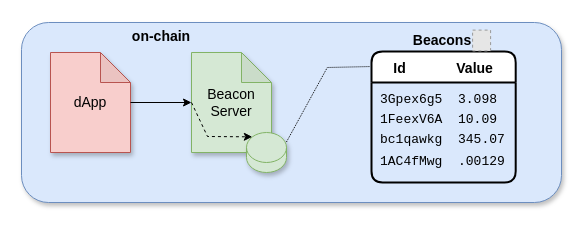
Before: docs/beacon/v0.1/assets/diagrams/dapp-beacon.drawio in api3dao/old-api3-docs, a draw.io diagram. Source tidied: cells renumbered, new cells numbered last; positions are measured from the earlier drawing's top-left corner, leaving out a move shared by most shapes. Both pictures are drawn from the tidied source at 100%, with x=0, y=0 at pixel (21, 21). Pictures stored in the file or linked from it are replaced by grey dashed boxes.
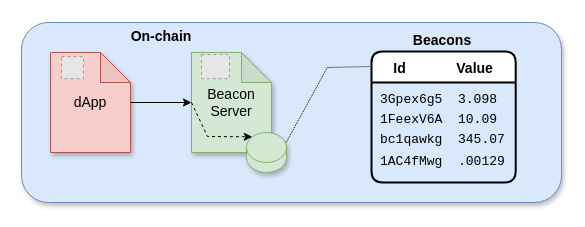
The same page after the edit.

What changed in the source:
```diff
@@
-    <mxCell id="7" value="&lt;b&gt;on-chain&lt;/b&gt;" style="text;html=1;strokeColor=none;fillColor=none;align=center;verticalAlign=middle;whiteSpace=wrap;rounded=0;shadow=1;fontSize=14;" parent="1" vertex="1">
+    <mxCell id="7" value="&lt;b&gt;On-chain&lt;/b&gt;" style="text;html=1;strokeColor=none;fillColor=none;align=center;verticalAlign=middle;whiteSpace=wrap;rounded=0;shadow=1;fontSize=14;" parent="1" vertex="1">
       <mxGeometry x="90" width="100" height="30" as="geometry" />
     </mxCell>
@@
-    <mxCell id="16" style="fillColor=#E6E6E6;strokeColor=#999999;dashed=1;verticalLabelPosition=bottom;labelBackgroundColor=#ffffff;verticalAlign=top;" parent="1" vertex="1">
-      <mxGeometry x="451.1" y="8.6" width="18" height="20.8" as="geometry" />
-    </mxCell>
+    <mxCell id="17" style="fillColor=#E6E6E6;strokeColor=#999999;dashed=1;verticalLabelPosition=bottom;labelBackgroundColor=default;verticalAlign=top;fontSize=12;" parent="1" vertex="1">
+      <mxGeometry x="180" y="33" width="28" height="24.2" as="geometry" />
+    </mxCell>
+    <mxCell id="18" style="fillColor=#E6E6E6;strokeColor=#999999;dashed=1;verticalLabelPosition=bottom;labelBackgroundColor=default;verticalAlign=top;" parent="1" vertex="1">
+      <mxGeometry x="40" y="35.2" width="22" height="22" as="geometry" />
+    </mxCell>
```
